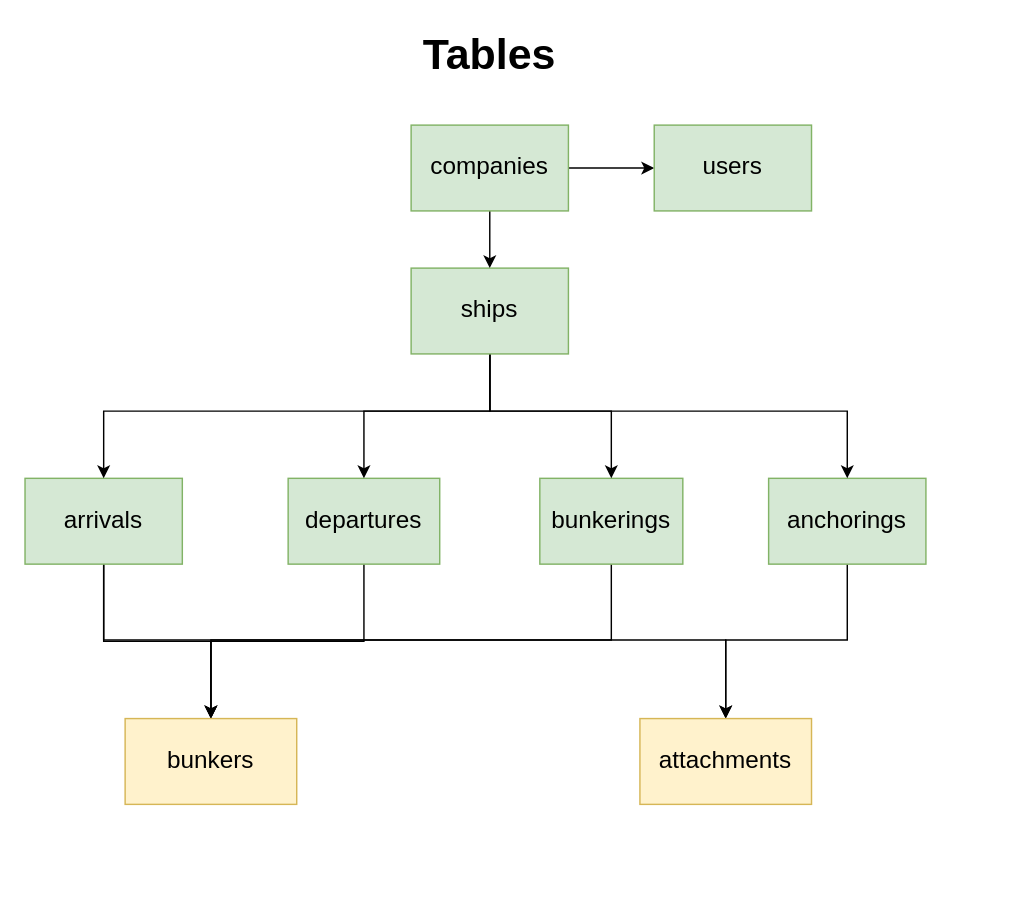
The draw.io diagram page "Main Structure" (1 of 4) of mrvtool.drawio in dagistan-tuncbilek/tasarimlar, before the edit. Source tidied: cells renumbered, new cells numbered last; positions are measured from the earlier drawing's top-left corner, leaving out a move shared by most shapes. Both pictures are drawn from the tidied source at 143%, with x=0, y=0 at pixel (24, 24).
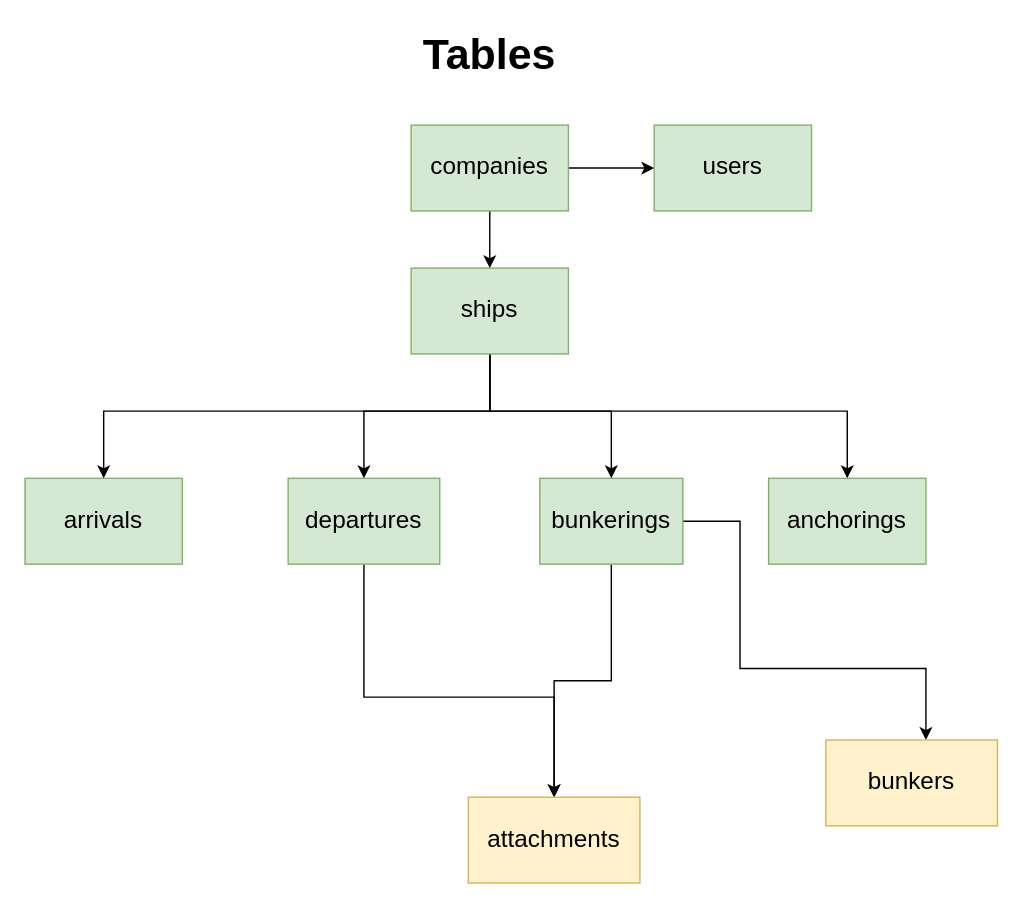
Above is the later version.

The change refers to these unchanged cells:
```xml
<mxCell id="4" value="&lt;div style=&quot;font-size: 17px&quot;&gt;arrivals&lt;br style=&quot;font-size: 17px&quot;&gt;&lt;/div&gt;" style="rounded=0;whiteSpace=wrap;html=1;fontSize=17;fillColor=#d5e8d4;strokeColor=#82b366;" parent="1" vertex="1">
  <mxGeometry y="317" width="110" height="60" as="geometry" />
</mxCell>
<mxCell id="7" value="departures" style="rounded=0;whiteSpace=wrap;html=1;fontSize=17;fillColor=#d5e8d4;strokeColor=#82b366;" parent="1" vertex="1">
  <mxGeometry x="184" y="317" width="106" height="60" as="geometry" />
</mxCell>
<mxCell id="9" value="bunkerings" style="rounded=0;whiteSpace=wrap;html=1;fontSize=17;fillColor=#d5e8d4;strokeColor=#82b366;" parent="1" vertex="1">
  <mxGeometry x="360" y="317" width="100" height="60" as="geometry" />
</mxCell>
<mxCell id="11" value="anchorings" style="rounded=0;whiteSpace=wrap;html=1;fontSize=17;fillColor=#d5e8d4;strokeColor=#82b366;" parent="1" vertex="1">
  <mxGeometry x="520" y="317" width="110" height="60" as="geometry" />
</mxCell>
```

What changed in the source:
```diff
@@
-    <mxCell id="2" style="edgeStyle=orthogonalEdgeStyle;rounded=0;jettySize=auto;html=1;fontSize=17;" parent="1" edge="1" source="4" target="12">
-      <mxGeometry relative="1" as="geometry" />
-    </mxCell>
-    <mxCell id="3" style="edgeStyle=orthogonalEdgeStyle;rounded=0;jettySize=auto;html=1;fontSize=17;" parent="1" edge="1" source="4" target="13">
-      <mxGeometry relative="1" as="geometry">
-        <Array as="points">
-          <mxPoint x="55" y="430" />
-          <mxPoint x="490" y="430" />
-        </Array>
-      </mxGeometry>
-    </mxCell>
@@
-    <mxCell id="6" style="edgeStyle=orthogonalEdgeStyle;rounded=0;jettySize=auto;html=1;entryX=0.5;entryY=0;entryDx=0;entryDy=0;fontSize=17;" parent="1" edge="1" source="7" target="12">
-      <mxGeometry relative="1" as="geometry">
-        <Array as="points">
-          <mxPoint x="237" y="431" />
-          <mxPoint x="130" y="431" />
-        </Array>
-      </mxGeometry>
-    </mxCell>
+    <mxCell id="23" style="edgeStyle=orthogonalEdgeStyle;rounded=0;jettySize=auto;html=1;entryX=0.5;entryY=0;entryDx=0;entryDy=0;" parent="1" edge="1" source="7" target="13">
+      <mxGeometry relative="1" as="geometry">
+        <Array as="points">
+          <mxPoint x="237" y="470" />
+          <mxPoint x="370" y="470" />
+        </Array>
+      </mxGeometry>
+    </mxCell>
@@
-    <mxCell id="8" style="edgeStyle=orthogonalEdgeStyle;rounded=0;jettySize=auto;html=1;entryX=0.5;entryY=0;entryDx=0;entryDy=0;fontSize=17;" parent="1" edge="1" source="9" target="12">
-      <mxGeometry relative="1" as="geometry">
-        <Array as="points">
-          <mxPoint x="410" y="430" />
-          <mxPoint x="130" y="430" />
-        </Array>
-      </mxGeometry>
-    </mxCell>
+    <mxCell id="24" style="edgeStyle=orthogonalEdgeStyle;rounded=0;jettySize=auto;html=1;entryX=0.5;entryY=0;entryDx=0;entryDy=0;" parent="1" edge="1" source="9" target="13">
+      <mxGeometry relative="1" as="geometry" />
+    </mxCell>
+    <mxCell id="25" style="edgeStyle=orthogonalEdgeStyle;rounded=0;jettySize=auto;html=1;exitX=1;exitY=0.5;exitDx=0;exitDy=0;" parent="1" edge="1" source="9">
+      <mxGeometry relative="1" as="geometry">
+        <mxPoint x="630" y="500" as="targetPoint" />
+        <Array as="points">
+          <mxPoint x="500" y="347" />
+          <mxPoint x="500" y="450" />
+          <mxPoint x="630" y="450" />
+        </Array>
+      </mxGeometry>
+    </mxCell>
@@
-    <mxCell id="10" style="edgeStyle=orthogonalEdgeStyle;rounded=0;jettySize=auto;html=1;entryX=0.5;entryY=0;entryDx=0;entryDy=0;fontSize=17;" parent="1" edge="1" source="11" target="13">
-      <mxGeometry relative="1" as="geometry">
-        <Array as="points">
-          <mxPoint x="575" y="430" />
-          <mxPoint x="490" y="430" />
-        </Array>
-      </mxGeometry>
-    </mxCell>
@@
     <mxCell id="12" value="bunkers" style="rounded=0;whiteSpace=wrap;html=1;fontSize=17;fillColor=#fff2cc;strokeColor=#d6b656;" parent="1" vertex="1">
-      <mxGeometry x="70" y="485" width="120" height="60" as="geometry" />
+      <mxGeometry x="560" y="500" width="120" height="60" as="geometry" />
     </mxCell>
     <mxCell id="13" value="attachments" style="rounded=0;whiteSpace=wrap;html=1;fontSize=17;fillColor=#fff2cc;strokeColor=#d6b656;" parent="1" vertex="1">
-      <mxGeometry x="430" y="485" width="120" height="60" as="geometry" />
+      <mxGeometry x="310" y="540" width="120" height="60" as="geometry" />
     </mxCell>
```
